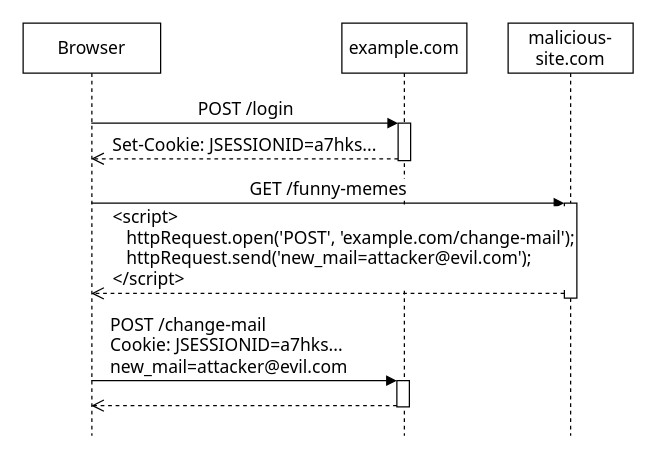
marcelkliemannel/marcelkliemannel.com keeps this draw.io diagram as content/articles/2021/cross-site-request-forgery-csrf-xsrf-protection-in-quarkus/csrf-attack.drawio. Above is the earlier version. Source tidied: cells renumbered, new cells numbered last; positions are measured from the earlier drawing's top-left corner, leaving out a move shared by most shapes. Both pictures are drawn from the tidied source at 125%, with x=0, y=0 at pixel (22, 22).
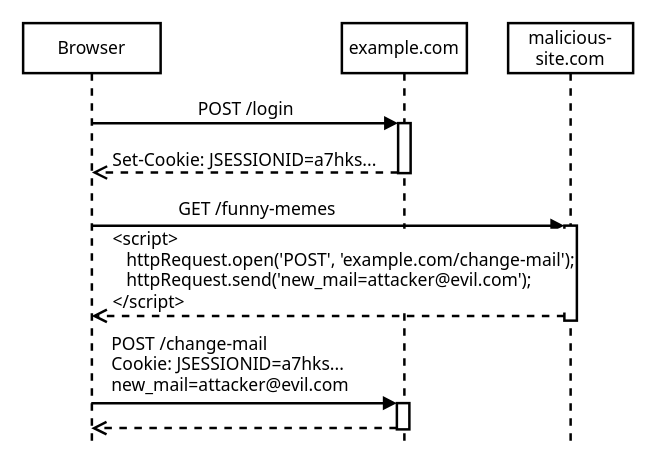
Above is the later version.

Commit message (it also covers changes not shown here):
Improve drawing of sequence diagrams

Change to the diagram source:
```diff
@@
 <mxGraphModel>
   <root>
     <mxCell id="0" />
     <mxCell id="1" parent="0" />
-    <mxCell id="2" value="Browser" style="shape=umlLifeline;perimeter=lifelinePerimeter;whiteSpace=wrap;html=1;outlineConnect=0;labelBackgroundColor=none;fontSize=14;fontFamily=Tahoma;" parent="1" vertex="1">
-      <mxGeometry width="110" height="330" as="geometry" />
+    <mxCell id="2" value="Browser" style="shape=umlLifeline;perimeter=lifelinePerimeter;whiteSpace=wrap;html=1;outlineConnect=0;labelBackgroundColor=none;fontSize=14;fontFamily=Tahoma;strokeWidth=2;" parent="1" vertex="1">
+      <mxGeometry width="110" height="340" as="geometry" />
     </mxCell>
-    <mxCell id="3" value="example.com" style="shape=umlLifeline;perimeter=lifelinePerimeter;whiteSpace=wrap;html=1;fontSize=14;fontFamily=Tahoma;" parent="1" vertex="1">
-      <mxGeometry x="255" width="100" height="330" as="geometry" />
+    <mxCell id="3" value="example.com" style="shape=umlLifeline;perimeter=lifelinePerimeter;whiteSpace=wrap;html=1;fontSize=14;fontFamily=Tahoma;strokeWidth=2;" parent="1" vertex="1">
+      <mxGeometry x="255" width="100" height="340" as="geometry" />
     </mxCell>
-    <mxCell id="4" style="html=1;points=[];perimeter=orthogonalPerimeter;fontSize=14;fontFamily=Tahoma;" parent="3" vertex="1">
-      <mxGeometry x="45" y="80" width="10" height="30" as="geometry" />
+    <mxCell id="4" style="html=1;points=[];perimeter=orthogonalPerimeter;fontSize=14;fontFamily=Tahoma;strokeWidth=2;" parent="3" vertex="1">
+      <mxGeometry x="45" y="80" width="10" height="40" as="geometry" />
     </mxCell>
-    <mxCell id="5" style="html=1;points=[];perimeter=orthogonalPerimeter;fontSize=14;fontFamily=Tahoma;" parent="3" vertex="1">
-      <mxGeometry x="44" y="286" width="10" height="21" as="geometry" />
+    <mxCell id="5" style="html=1;points=[];perimeter=orthogonalPerimeter;fontSize=14;fontFamily=Tahoma;strokeWidth=2;" parent="3" vertex="1">
+      <mxGeometry x="44" y="304" width="10" height="21" as="geometry" />
     </mxCell>
-    <mxCell id="6" value="malicious-site.com" style="shape=umlLifeline;perimeter=lifelinePerimeter;whiteSpace=wrap;html=1;fontSize=14;fontFamily=Tahoma;" parent="1" vertex="1">
-      <mxGeometry x="388" width="100" height="330" as="geometry" />
+    <mxCell id="6" value="malicious-site.com" style="shape=umlLifeline;perimeter=lifelinePerimeter;whiteSpace=wrap;html=1;fontSize=14;fontFamily=Tahoma;strokeWidth=2;" parent="1" vertex="1">
+      <mxGeometry x="388" width="100" height="340" as="geometry" />
     </mxCell>
-    <mxCell id="7" style="html=1;points=[];perimeter=orthogonalPerimeter;fontSize=14;fontFamily=Tahoma;" parent="6" vertex="1">
-      <mxGeometry x="45" y="144" width="10" height="76" as="geometry" />
+    <mxCell id="7" style="html=1;points=[];perimeter=orthogonalPerimeter;fontSize=14;fontFamily=Tahoma;strokeWidth=2;" parent="6" vertex="1">
+      <mxGeometry x="45" y="162" width="10" height="76" as="geometry" />
     </mxCell>
-    <mxCell id="8" value="POST /login" style="html=1;verticalAlign=bottom;endArrow=block;entryX=0;entryY=0;fontSize=14;fontFamily=Tahoma;" parent="1" edge="1" source="2" target="4">
+    <mxCell id="8" value="POST /login" style="html=1;verticalAlign=bottom;endArrow=block;entryX=0;entryY=0;fontSize=14;fontFamily=Tahoma;strokeWidth=2;" parent="1" edge="1" source="2" target="4">
       <mxGeometry relative="1" as="geometry" />
     </mxCell>
-    <mxCell id="9" value="Set-Cookie: JSESSIONID=a7hks..." style="html=1;verticalAlign=bottom;endArrow=open;dashed=1;endSize=8;exitX=0;exitY=0.95;labelBackgroundColor=none;fontSize=14;fontFamily=Tahoma;" parent="1" edge="1" source="4" target="2">
-      <mxGeometry relative="1" as="geometry" />
+    <mxCell id="9" value="&lt;p style=&quot;line-height: 100%&quot;&gt;Set-Cookie: JSESSIONID=a7hks...&lt;/p&gt;" style="html=1;verticalAlign=middle;endArrow=open;dashed=1;endSize=8;exitX=0;exitY=0.95;labelBackgroundColor=none;fontSize=14;fontFamily=Tahoma;strokeWidth=2;spacingTop=0;align=center;horizontal=1;" parent="1" edge="1">
+      <mxGeometry y="-11" relative="1" as="geometry">
+        <mxPoint x="300" y="119.5" as="sourcePoint" />
+        <mxPoint x="55" y="119.5" as="targetPoint" />
+      </mxGeometry>
     </mxCell>
-    <mxCell id="10" value="GET /funny-memes" style="html=1;verticalAlign=bottom;endArrow=block;entryX=0;entryY=0;fontSize=14;fontFamily=Tahoma;" parent="1" edge="1" source="2" target="7">
-      <mxGeometry relative="1" as="geometry" />
+    <mxCell id="10" value="&lt;p style=&quot;line-height: 0%&quot;&gt;GET /funny-memes&lt;/p&gt;" style="html=1;verticalAlign=middle;endArrow=block;entryX=0;entryY=0;fontSize=14;fontFamily=Tahoma;strokeWidth=2;labelBackgroundColor=none;" parent="1" edge="1" target="7">
+      <mxGeometry x="-0.3" y="14" relative="1" as="geometry">
+        <mxPoint x="54.8" y="162" as="sourcePoint" />
+      </mxGeometry>
     </mxCell>
-    <mxCell id="11" value="&amp;lt;script&amp;gt;&lt;br style=&quot;font-size: 14px&quot;&gt;&amp;nbsp; &amp;nbsp;httpRequest.open('POST', 'example.com/change-mail');&lt;br style=&quot;font-size: 14px&quot;&gt;&amp;nbsp; &amp;nbsp;httpRequest.send('new_mail=attacker@evil.com');&lt;br style=&quot;font-size: 14px&quot;&gt;&amp;lt;/script&amp;gt;" style="html=1;verticalAlign=bottom;endArrow=open;dashed=1;endSize=8;exitX=0;exitY=0.95;align=left;labelBackgroundColor=default;fontSize=14;fontFamily=Tahoma;" parent="1" edge="1" source="7" target="2">
-      <mxGeometry x="0.92" relative="1" as="geometry" />
+    <mxCell id="11" value="&amp;lt;script&amp;gt;&lt;br style=&quot;font-size: 14px&quot;&gt;&amp;nbsp; &amp;nbsp;httpRequest.open('POST', 'example.com/change-mail');&lt;br style=&quot;font-size: 14px&quot;&gt;&amp;nbsp; &amp;nbsp;httpRequest.send('new_mail=attacker@evil.com');&lt;br style=&quot;font-size: 14px&quot;&gt;&amp;lt;/script&amp;gt;" style="html=1;verticalAlign=bottom;endArrow=open;dashed=1;endSize=8;exitX=0;exitY=0.95;align=left;labelBackgroundColor=default;fontSize=14;fontFamily=Tahoma;strokeWidth=2;" parent="1" edge="1" source="7">
+      <mxGeometry x="0.92" relative="1" as="geometry">
+        <mxPoint x="54.8" y="234.2" as="targetPoint" />
+      </mxGeometry>
     </mxCell>
-    <mxCell id="12" value="POST /change-mail&lt;br style=&quot;font-size: 14px&quot;&gt;Cookie: JSESSIONID=&lt;span style=&quot;text-align: center&quot;&gt;a7hks&lt;/span&gt;...&lt;br style=&quot;font-size: 14px&quot;&gt;&lt;span style=&quot;font-size: 14px&quot;&gt;new_mail=attacker@evil.com&lt;/span&gt;" style="html=1;verticalAlign=bottom;endArrow=block;entryX=0;entryY=0;align=left;labelBackgroundColor=default;fontSize=14;fontFamily=Tahoma;" parent="1" edge="1" target="5">
-      <mxGeometry x="-0.89" relative="1" as="geometry">
-        <mxPoint x="54.5" y="286" as="sourcePoint" />
+    <mxCell id="12" value="&lt;p style=&quot;line-height: 120%&quot;&gt;POST /change-mail&lt;br style=&quot;font-size: 14px&quot;&gt;Cookie: JSESSIONID=&lt;span style=&quot;text-align: center&quot;&gt;a7hks&lt;/span&gt;...&lt;br style=&quot;font-size: 14px&quot;&gt;&lt;span style=&quot;font-size: 14px&quot;&gt;new_mail=attacker@evil.com&lt;/span&gt;&lt;/p&gt;" style="html=1;verticalAlign=bottom;endArrow=block;entryX=0;entryY=0;align=left;labelBackgroundColor=none;fontSize=14;fontFamily=Tahoma;strokeWidth=2;" parent="1" edge="1" target="5">
+      <mxGeometry x="-0.89" y="-10" relative="1" as="geometry">
+        <mxPoint x="54.5" y="304" as="sourcePoint" />
+        <mxPoint x="1" y="1" as="offset" />
       </mxGeometry>
     </mxCell>
-    <mxCell id="13" style="html=1;verticalAlign=bottom;endArrow=open;dashed=1;endSize=8;exitX=0;exitY=0.95;fontSize=14;fontFamily=Tahoma;" parent="1" edge="1" source="5">
+    <mxCell id="13" style="html=1;verticalAlign=bottom;endArrow=open;dashed=1;endSize=8;exitX=0;exitY=0.95;fontSize=14;fontFamily=Tahoma;strokeWidth=2;" parent="1" edge="1" source="5">
       <mxGeometry relative="1" as="geometry">
-        <mxPoint x="54.5" y="306" as="targetPoint" />
+        <mxPoint x="54.5" y="324" as="targetPoint" />
       </mxGeometry>
     </mxCell>
   </root>
 </mxGraphModel>
```
